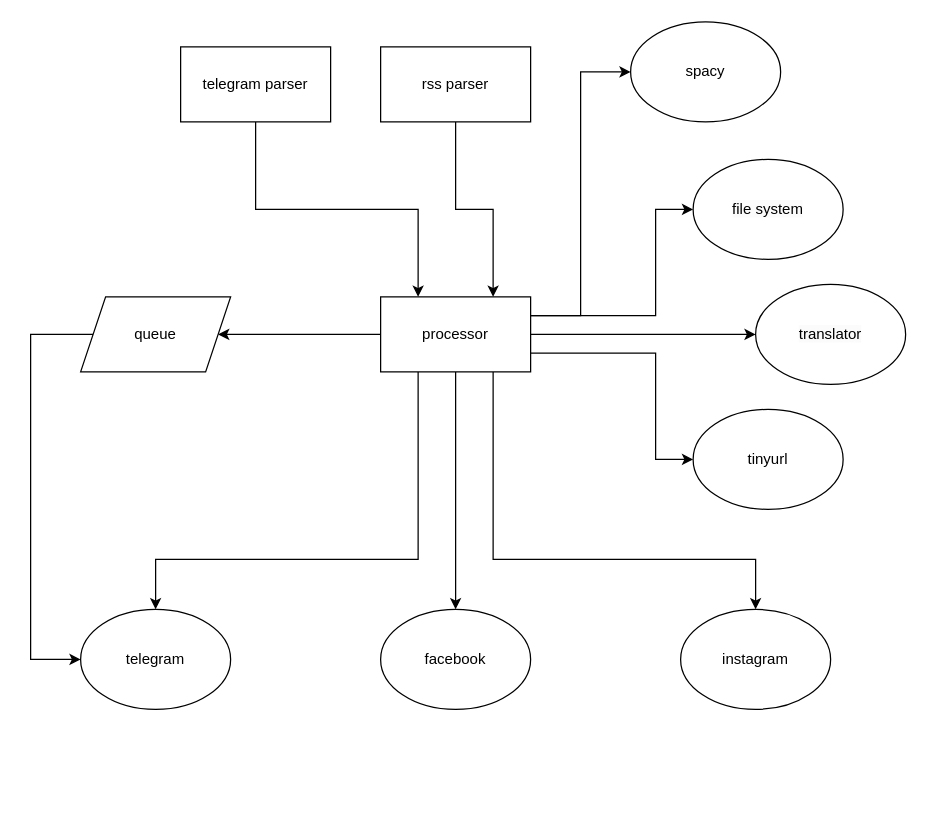
The draw.io diagram schema.drawio in nikit34/bot-portugal-news, before the edit. Source tidied: cells renumbered, new cells numbered last; positions are measured from the earlier drawing's top-left corner, leaving out a move shared by most shapes. Both pictures are drawn from the tidied source at 125%, with x=0, y=0 at pixel (30, 21).
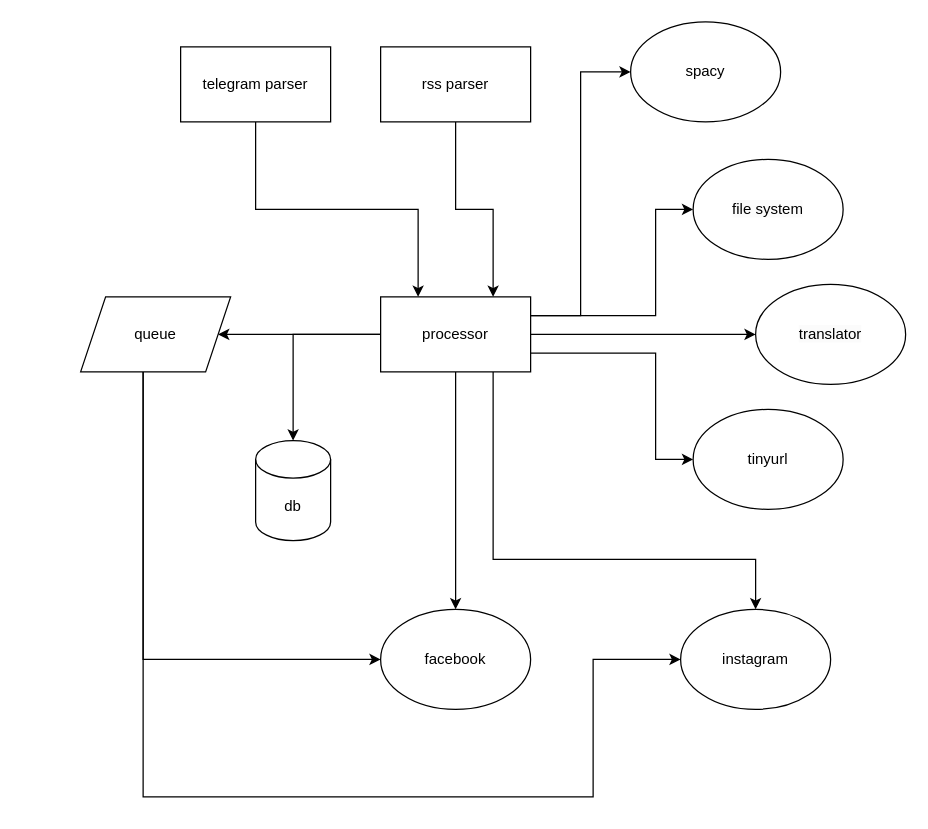
The same page after the edit.

Unchanged cells that the change refers to:
```xml
<mxCell id="10" value="processor" style="rounded=0;whiteSpace=wrap;html=1;" parent="1" vertex="1">
  <mxGeometry x="280" y="220" width="120" height="60" as="geometry" />
</mxCell>
<mxCell id="18" value="facebook" style="ellipse;whiteSpace=wrap;html=1;" parent="1" vertex="1">
  <mxGeometry x="280" y="470" width="120" height="80" as="geometry" />
</mxCell>
<mxCell id="19" value="instagram" style="ellipse;whiteSpace=wrap;html=1;" parent="1" vertex="1">
  <mxGeometry x="520" y="470" width="120" height="80" as="geometry" />
</mxCell>
<mxCell id="21" value="queue" style="shape=parallelogram;perimeter=parallelogramPerimeter;whiteSpace=wrap;html=1;fixedSize=1;" parent="1" vertex="1">
  <mxGeometry x="40" y="220" width="120" height="60" as="geometry" />
</mxCell>
```

Change to the diagram source:
```diff
@@
-    <mxCell id="3" style="edgeStyle=orthogonalEdgeStyle;rounded=0;jettySize=auto;html=1;exitX=0.25;exitY=1;exitDx=0;exitDy=0;entryX=0.5;entryY=0;entryDx=0;entryDy=0;" parent="1" edge="1" source="10" target="17">
-      <mxGeometry relative="1" as="geometry">
-        <Array as="points">
-          <mxPoint x="310" y="430" />
-          <mxPoint x="100" y="430" />
-        </Array>
-      </mxGeometry>
-    </mxCell>
@@
+    <mxCell id="24" style="edgeStyle=orthogonalEdgeStyle;rounded=0;jettySize=auto;html=1;" parent="1" edge="1" source="10" target="27">
+      <mxGeometry relative="1" as="geometry" />
+    </mxCell>
@@
-    <mxCell id="17" value="telegram" style="ellipse;whiteSpace=wrap;html=1;" parent="1" vertex="1">
-      <mxGeometry x="40" y="470" width="120" height="80" as="geometry" />
-    </mxCell>
@@
-    <mxCell id="20" style="edgeStyle=orthogonalEdgeStyle;rounded=0;jettySize=auto;html=1;entryX=0;entryY=0.5;entryDx=0;entryDy=0;exitX=0;exitY=0.5;exitDx=0;exitDy=0;" parent="1" edge="1" source="21" target="17">
-      <mxGeometry relative="1" as="geometry">
-        <Array as="points">
-          <mxPoint y="250" />
-          <mxPoint y="510" />
-        </Array>
-      </mxGeometry>
-    </mxCell>
+    <mxCell id="25" style="edgeStyle=orthogonalEdgeStyle;rounded=0;jettySize=auto;html=1;entryX=0;entryY=0.5;entryDx=0;entryDy=0;" parent="1" edge="1" source="21" target="18">
+      <mxGeometry relative="1" as="geometry">
+        <Array as="points">
+          <mxPoint x="90" y="510" />
+        </Array>
+      </mxGeometry>
+    </mxCell>
+    <mxCell id="26" style="edgeStyle=orthogonalEdgeStyle;rounded=0;jettySize=auto;html=1;entryX=0;entryY=0.5;entryDx=0;entryDy=0;" parent="1" edge="1" source="21" target="19">
+      <mxGeometry relative="1" as="geometry">
+        <Array as="points">
+          <mxPoint x="90" y="620" />
+          <mxPoint x="450" y="620" />
+          <mxPoint x="450" y="510" />
+        </Array>
+      </mxGeometry>
+    </mxCell>
@@
+    <mxCell id="27" value="db" style="shape=cylinder3;whiteSpace=wrap;html=1;boundedLbl=1;backgroundOutline=1;size=15;" parent="1" vertex="1">
+      <mxGeometry x="180" y="335" width="60" height="80" as="geometry" />
+    </mxCell>
```
